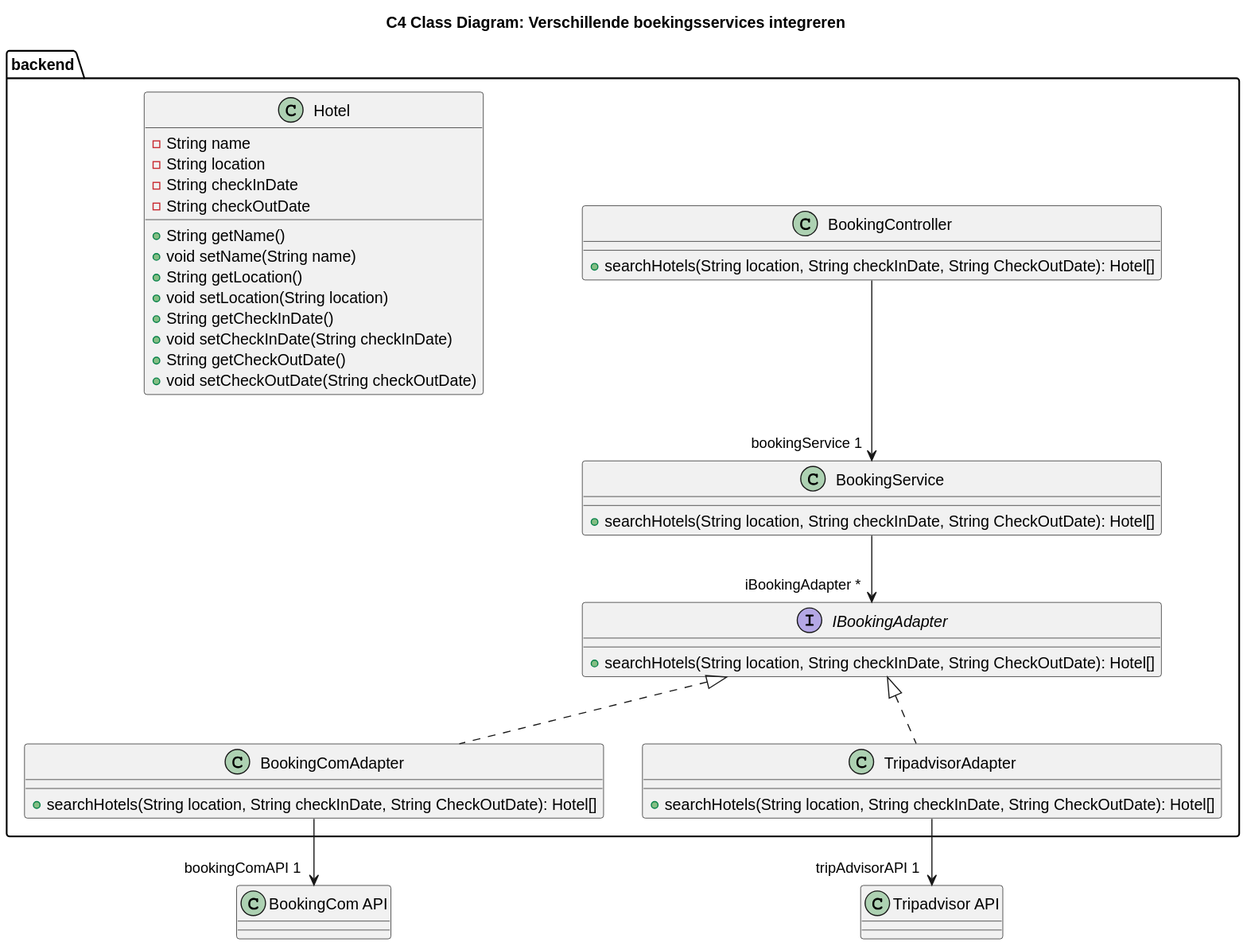
The PlantUML diagram software-guidebook/sgb-bestanden/ontwerpvragen/Modifiability - class diagram-C4_Class_Diagram__Verschillende_boekingsservices_integreren.svg in AIM-ENE-feb25/triptop-groep-4-jochem-roald-stijn-a, before a commit.
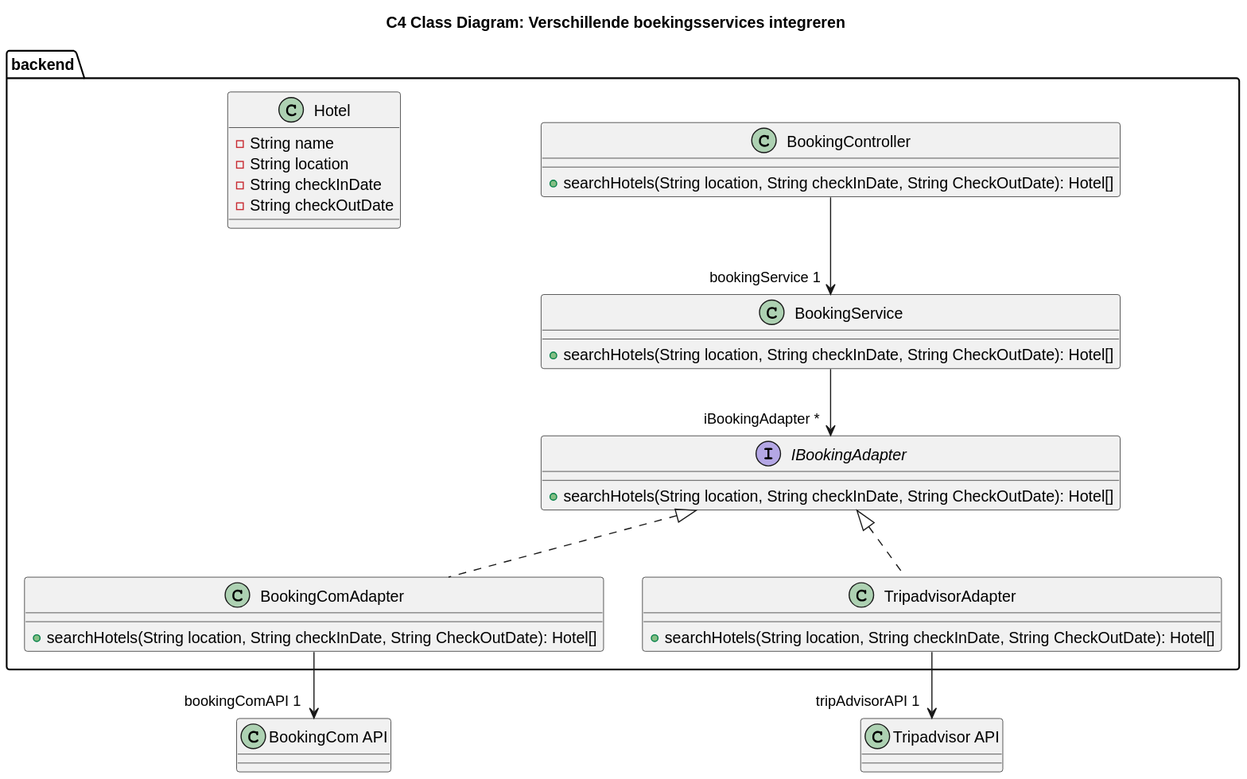
The same file after the commit.

The edit, as a diff of the source:
```diff
@@ -29,15 +29,6 @@
     - String location
     - String checkInDate
     - String checkOutDate
-
-    + String getName()
-    + void setName(String name)
-    + String getLocation()
-    + void setLocation(String location)
-    + String getCheckInDate()
-    + void setCheckInDate(String checkInDate)
-    + String getCheckOutDate()
-    + void setCheckOutDate(String checkOutDate)
 }
 
 }
```
